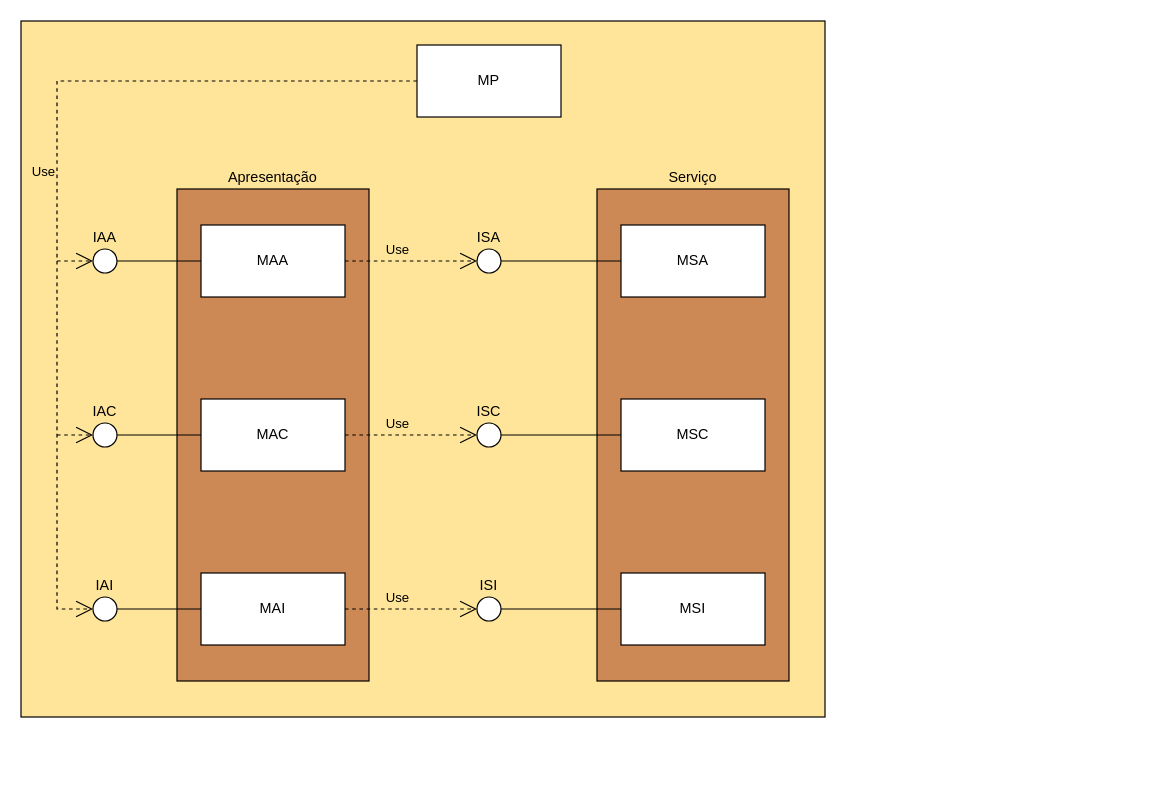
bruno-gabriel-muniz/TP1-Trabalho2 keeps this draw.io diagram as page "Módulos" (1 of 2) of Docs/TP1-Trabalho2.drawio. Above is the earlier version. Source tidied: cells renumbered, new cells numbered last; positions are measured from the earlier drawing's top-left corner, leaving out a move shared by most shapes. Both pictures are drawn from the tidied source at 120%, with x=0, y=0 at pixel (20, 20).
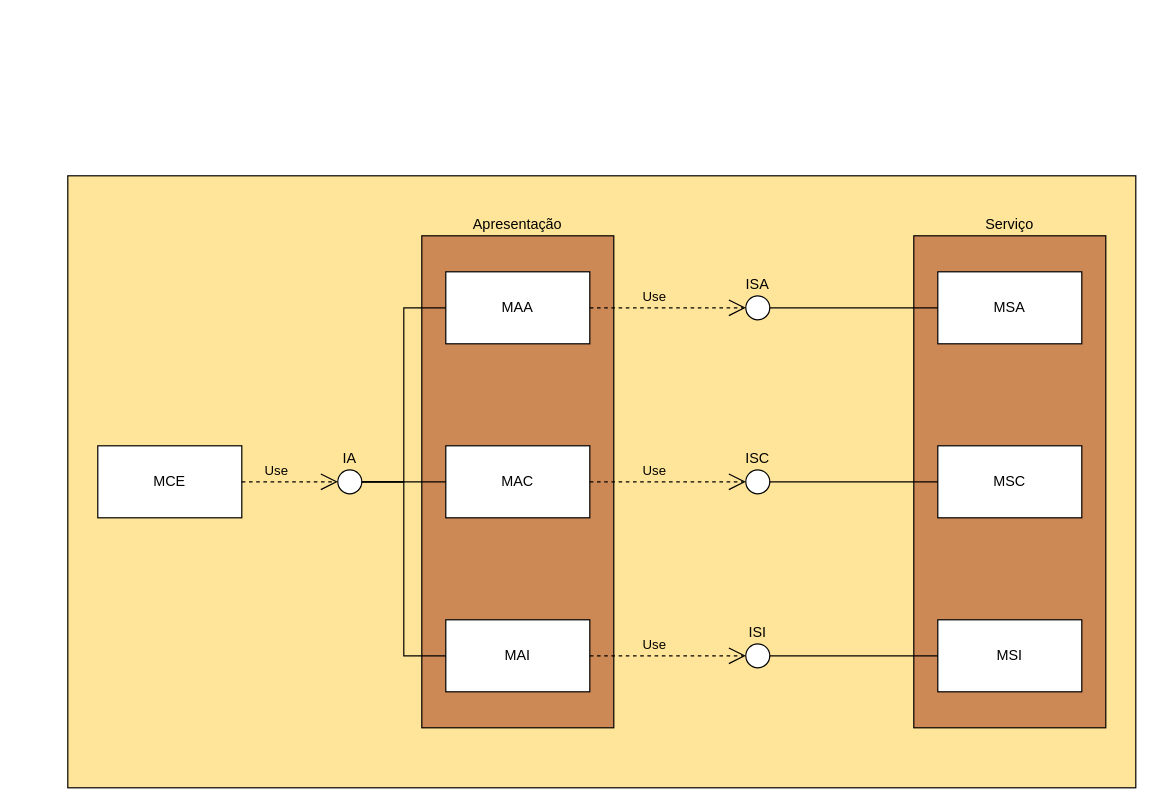
Above is the later version.

Diff of the diagram source:
```diff
@@
     <mxCell id="2" style="rounded=0;whiteSpace=wrap;html=1;perimeterSpacing=1;fillColor=#FFE599;" parent="1" vertex="1">
-      <mxGeometry width="670" height="580" as="geometry" />
+      <mxGeometry x="39" y="129" width="890" height="510" as="geometry" />
     </mxCell>
     <mxCell id="3" value="Apresentação" style="rounded=0;whiteSpace=wrap;html=1;labelPosition=center;verticalLabelPosition=top;align=center;verticalAlign=bottom;fillColor=#CC8855;" parent="1" vertex="1">
-      <mxGeometry x="130" y="140" width="160" height="410" as="geometry" />
+      <mxGeometry x="334" y="179" width="160" height="410" as="geometry" />
     </mxCell>
     <mxCell id="4" value="Serviço" style="rounded=0;whiteSpace=wrap;html=1;labelPosition=center;verticalLabelPosition=top;align=center;verticalAlign=bottom;fillColor=#CC8855;" parent="1" vertex="1">
-      <mxGeometry x="480" y="140" width="160" height="410" as="geometry" />
+      <mxGeometry x="744" y="179" width="160" height="410" as="geometry" />
     </mxCell>
     <mxCell id="5" value="MAA" style="rounded=0;whiteSpace=wrap;html=1;" parent="1" vertex="1">
-      <mxGeometry x="150" y="170" width="120" height="60" as="geometry" />
+      <mxGeometry x="354" y="209" width="120" height="60" as="geometry" />
     </mxCell>
     <mxCell id="6" value="MSA" style="rounded=0;whiteSpace=wrap;html=1;" parent="1" vertex="1">
-      <mxGeometry x="500" y="170" width="120" height="60" as="geometry" />
+      <mxGeometry x="764" y="209" width="120" height="60" as="geometry" />
     </mxCell>
     <mxCell id="7" value="MSC" style="rounded=0;whiteSpace=wrap;html=1;" parent="1" vertex="1">
-      <mxGeometry x="500" y="315" width="120" height="60" as="geometry" />
+      <mxGeometry x="764" y="354" width="120" height="60" as="geometry" />
     </mxCell>
     <mxCell id="8" value="MSI" style="rounded=0;whiteSpace=wrap;html=1;" parent="1" vertex="1">
-      <mxGeometry x="500" y="460" width="120" height="60" as="geometry" />
+      <mxGeometry x="764" y="499" width="120" height="60" as="geometry" />
     </mxCell>
     <mxCell id="9" value="MAI" style="rounded=0;whiteSpace=wrap;html=1;" parent="1" vertex="1">
-      <mxGeometry x="150" y="460" width="120" height="60" as="geometry" />
+      <mxGeometry x="354" y="499" width="120" height="60" as="geometry" />
     </mxCell>
     <mxCell id="10" value="MAC" style="rounded=0;whiteSpace=wrap;html=1;" parent="1" vertex="1">
-      <mxGeometry x="150" y="315" width="120" height="60" as="geometry" />
+      <mxGeometry x="354" y="354" width="120" height="60" as="geometry" />
     </mxCell>
-    <mxCell id="11" value="MP" style="rounded=0;whiteSpace=wrap;html=1;fillColor=#FFFFFF;" parent="1" vertex="1">
-      <mxGeometry x="330" y="20" width="120" height="60" as="geometry" />
-    </mxCell>
-    <mxCell id="12" value="Use" style="endArrow=open;endSize=12;dashed=1;html=1;rounded=0;exitX=0;exitY=0.5;exitDx=0;exitDy=0;entryX=0;entryY=0.5;entryDx=0;entryDy=0;labelBackgroundColor=none;labelPosition=left;verticalLabelPosition=top;align=right;verticalAlign=bottom;" parent="1" edge="1" source="11" target="18">
-      <mxGeometry relative="1" as="geometry">
-        <Array as="points">
-          <mxPoint x="30" y="50" />
-          <mxPoint x="30" y="270" />
-          <mxPoint x="30" y="490" />
-          <mxPoint x="50" y="490" />
-        </Array>
-      </mxGeometry>
-    </mxCell>
+    <mxCell id="30" style="edgeStyle=orthogonalEdgeStyle;rounded=0;jettySize=auto;html=1;entryX=0;entryY=0.5;entryDx=0;entryDy=0;endArrow=none;startFill=0;" parent="1" edge="1" source="13" target="5">
+      <mxGeometry relative="1" as="geometry" />
+    </mxCell>
+    <mxCell id="31" style="edgeStyle=orthogonalEdgeStyle;rounded=0;jettySize=auto;html=1;entryX=0;entryY=0.5;entryDx=0;entryDy=0;endArrow=none;startFill=0;" parent="1" edge="1" source="13" target="10">
+      <mxGeometry relative="1" as="geometry" />
+    </mxCell>
+    <mxCell id="32" style="edgeStyle=orthogonalEdgeStyle;rounded=0;jettySize=auto;html=1;entryX=0;entryY=0.5;entryDx=0;entryDy=0;endArrow=none;startFill=0;" parent="1" edge="1" source="13" target="9">
+      <mxGeometry relative="1" as="geometry" />
+    </mxCell>
-    <mxCell id="13" value="IAA" style="ellipse;whiteSpace=wrap;html=1;labelPosition=center;verticalLabelPosition=top;align=center;verticalAlign=bottom;" parent="1" vertex="1">
-      <mxGeometry x="60" y="190" width="20" height="20" as="geometry" />
+    <mxCell id="13" value="IA" style="ellipse;whiteSpace=wrap;html=1;labelPosition=center;verticalLabelPosition=top;align=center;verticalAlign=bottom;" parent="1" vertex="1">
+      <mxGeometry x="264" y="374" width="20" height="20" as="geometry" />
     </mxCell>
-    <mxCell id="14" style="endArrow=none;html=1;rounded=0;exitX=0;exitY=0.5;exitDx=0;exitDy=0;entryX=1;entryY=0.5;entryDx=0;entryDy=0;" parent="1" edge="1" source="5" target="13">
-      <mxGeometry relative="1" as="geometry" />
-    </mxCell>
@@
     <mxCell id="16" value="ISA" style="ellipse;whiteSpace=wrap;html=1;align=center;verticalAlign=bottom;labelPosition=center;verticalLabelPosition=top;" parent="1" vertex="1">
-      <mxGeometry x="380" y="190" width="20" height="20" as="geometry" />
+      <mxGeometry x="604" y="229" width="20" height="20" as="geometry" />
     </mxCell>
@@
-    <mxCell id="18" value="IAI" style="ellipse;whiteSpace=wrap;html=1;labelPosition=center;verticalLabelPosition=top;align=center;verticalAlign=bottom;" parent="1" vertex="1">
-      <mxGeometry x="60" y="480" width="20" height="20" as="geometry" />
-    </mxCell>
-    <mxCell id="19" style="endArrow=none;html=1;rounded=0;exitX=0;exitY=0.5;exitDx=0;exitDy=0;entryX=1;entryY=0.5;entryDx=0;entryDy=0;" parent="1" edge="1" target="18">
-      <mxGeometry relative="1" as="geometry">
-        <mxPoint x="150" y="490" as="sourcePoint" />
-      </mxGeometry>
-    </mxCell>
-    <mxCell id="20" value="IAC" style="ellipse;whiteSpace=wrap;html=1;labelPosition=center;verticalLabelPosition=top;align=center;verticalAlign=bottom;" parent="1" vertex="1">
-      <mxGeometry x="60" y="335" width="20" height="20" as="geometry" />
-    </mxCell>
-    <mxCell id="21" style="endArrow=none;html=1;rounded=0;exitX=0;exitY=0.5;exitDx=0;exitDy=0;entryX=1;entryY=0.5;entryDx=0;entryDy=0;" parent="1" edge="1" source="10" target="20">
-      <mxGeometry relative="1" as="geometry" />
-    </mxCell>
-    <mxCell id="22" style="endArrow=open;endSize=12;dashed=1;html=1;rounded=0;entryX=0;entryY=0.5;entryDx=0;entryDy=0;" parent="1" edge="1" target="13">
-      <mxGeometry relative="1" as="geometry">
-        <mxPoint x="30" y="200" as="sourcePoint" />
-      </mxGeometry>
-    </mxCell>
-    <mxCell id="23" style="endArrow=open;endSize=12;dashed=1;html=1;rounded=0;entryX=0;entryY=0.5;entryDx=0;entryDy=0;" parent="1" edge="1" target="20">
-      <mxGeometry relative="1" as="geometry">
-        <mxPoint x="30" y="345" as="sourcePoint" />
-      </mxGeometry>
-    </mxCell>
@@
     <mxCell id="25" value="ISI" style="ellipse;whiteSpace=wrap;html=1;labelPosition=center;verticalLabelPosition=top;align=center;verticalAlign=bottom;" parent="1" vertex="1">
-      <mxGeometry x="380" y="480" width="20" height="20" as="geometry" />
+      <mxGeometry x="604" y="519" width="20" height="20" as="geometry" />
     </mxCell>
@@
     <mxCell id="28" value="ISC" style="ellipse;whiteSpace=wrap;html=1;labelPosition=center;verticalLabelPosition=top;align=center;verticalAlign=bottom;" parent="1" vertex="1">
-      <mxGeometry x="380" y="335" width="20" height="20" as="geometry" />
+      <mxGeometry x="604" y="374" width="20" height="20" as="geometry" />
     </mxCell>
@@
+    <mxCell id="33" value="MCE" style="rounded=0;whiteSpace=wrap;html=1;" parent="1" vertex="1">
+      <mxGeometry x="64" y="354" width="120" height="60" as="geometry" />
+    </mxCell>
+    <mxCell id="12" value="Use" style="endArrow=open;endSize=12;dashed=1;html=1;rounded=0;exitX=1;exitY=0.5;exitDx=0;exitDy=0;labelBackgroundColor=none;labelPosition=left;verticalLabelPosition=top;align=right;verticalAlign=bottom;entryX=0;entryY=0.5;entryDx=0;entryDy=0;" parent="1" edge="1" source="33" target="13">
+      <mxGeometry relative="1" as="geometry" />
+    </mxCell>
```
